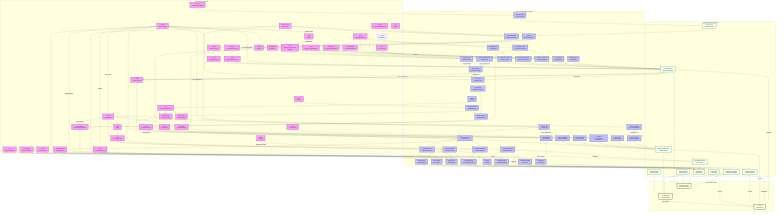
Above: docs/figures/scoliosis_mechanism_map.png in sayuj1989-ops/life (Mermaid), before the change. Its source is kept beside it as docs/figures/scoliosis_mechanism_map.mmd. The source it was exported from:
```mermaid
graph TD
    subgraph Genetics [Genetic & Molecular Layer]
        HOX[HOX Cluster<br/>HOXA10, HOXD11]
        COL[COL2A1<br/>Collagen Type II]
        PIEZO1[PIEZO1<br/>Scalar Stiffness]
        PIEZO2[PIEZO2<br/>Vector Alignment]
        CILIA[DNAH5/PKD1L1<br/>Cilia Motility]
        LBX1[LBX1<br/>Transcription Factor]
        ADGRG6[ADGRG6/GPR126<br/>Adhesion GPCR]
        PTK7[PTK7<br/>Planar Cell Polarity]
        YAP[YAP/TAZ<br/>Hippo Pathway]
        PKD2L1[PKD2L1<br/>CSF-Contacting Neurons]
        MMP[MMP1/MMP3<br/>Matrix Metalloproteinases]
        URP[Urp1/2<br/>Urotensin Peptide]
        UTS2R[UTS2R<br/>Urotensin Receptor]
        GFAP[GFAP<br/>Glial Activation]
        VIM[VIM<br/>Vimentin]
        LAMIN[LAMIN<br/>Lamin A/C]
        BMAL1[BMAL1/CLOCK<br/>Circadian Rhythm]
        RUNX3[RUNX3/EGR3<br/>Proprioceptive Identity]
        METTL3[METTL3<br/>m6A Methyltransferase]
        ESR1[ESR1<br/>Estrogen Receptor Alpha]
        AQP4[AQP4<br/>Aquaporin-4]
        MELATONIN[MELATONIN<br/>Pineal Hormone]
        MT2[MTNR1B<br/>Melatonin Receptor]
        HIF1A[HIF1A<br/>Hypoxia Inducible Factor]
        POC5[POC5<br/>Centriolar Splint]
        DSTYK[DSTYK<br/>Kinase]
        TFEB[TFEB<br/>Transcription Factor]
        Beta_Catenin[Beta-Catenin<br/>Wnt Effector]
        DPY19L1L[DPY19L1L<br/>C-mannosyltransferase]
        IGF1R[IGF1R<br/>Insulin-like Growth Factor Receptor]
        GHR[GHR<br/>Growth Hormone Receptor]
        SOST[SOST<br/>Sclerostin]
        FBN1[FBN1<br/>Fibrillin-1]
        CCN[CCN1/2<br/>Matrix Protein]
        PPARGC1A[PPARGC1A<br/>Mitochondrial Biogenesis]
        KCNQ[KCNQ<br/>Potassium Channel]
        GPX4[GPX4<br/>Antioxidant Defense]
        CAV1[CAV1<br/>Caveolin-1]
    end

    subgraph Processes [Cellular & Developmental Processes]
        Astrogliosis[Reactive Astrogliosis<br/>Neuroinflammation]
        Region[Regionalization<br/>Segment Identity]
        ECM_Assembly[ECM Assembly<br/>Fibrillogenesis]
        Nucl_Shuttle[Nuclear Shuttling<br/>Transcriptional Switch]
        Mech_Trans[Mechanotransduction<br/>Ca2+ Influx]
        Sym_Break[Symmetry Breaking<br/>Nodal Flow]
        CSF_Sensing[CSF Flow Sensing<br/>Reissner Fiber Signal]
        Neur_Diff[Somatosensory<br/>Differentiation]
        Muscle_Diff[Myogenic Differentiation<br/>Fiber Type Specification]
        Disc_Maint[Disc Maintenance<br/>Annulus Fibrosis Fusion]
        PCP_Sig[PCP Signaling<br/>Wnt Pathway]
        Degradation[ECM Degradation<br/>Collagen Breakdown]
        mtROS[mtROS<br/>Mitochondrial ROS]
        Adipogenesis[Adipogenesis<br/>Fatty Infiltration]
        Hydraulic_Congestion[IVD Swelling<br/>Hydraulic Congestion]
        Immune_Infilt[Immune Infiltration<br/>Macrophage Entry]
        Circadian_Entrain[Circadian Entrainment<br/>Loading Zeitgeber]
        Proprio_Maint[Proprioceptive Maint.<br/>Sensory Survival]
        H3K9me3[H3K9me3<br/>Heterochromatin Compaction]
        VCL_Stasis[VCL Stasis<br/>Lymphatic Reflux]
        Glymphatic_Stasis[Glymphatic Stasis<br/>Toxic Clearance Failure]
        Vestibular_Input[Vestibular Input<br/>Graviception]
        Gi_cAMP[Gi/cAMP Signaling<br/>Gain Suppression]
        Ciliary_Tuning[Ciliary Tuning<br/>Antenna Gain]
        Hypoxia[Hypoxia<br/>O2 Deficit]
        Osteogenesis[Osteogenesis<br/>Bone Formation]
        Ciliary_Splint[Ciliary Splint<br/>Antenna Stiffness]
        Vacuole_Biogenesis[Vacuole Biogenesis<br/>Hydrostatic Inflation]
        C_Mannosylation[C-Mannosylation<br/>Protein Folding]
        Rapid_Growth[Rapid Growth<br/>Adolescent Spurt]
        Energy_Deficit[Energy Deficit<br/>Metabolic Buckling]
        mtBiogenesis[Mitochondrial Biogenesis<br/>Energy Supply]
        Fibrosis[Fibrosis<br/>Scarring]
        TGFB[TGF-Beta Signaling<br/>Sequestration Failure]
        Osteocyte_Dendrite[Osteocyte Dendrites<br/>Network Formation]
        Actin_Dynamics[Actin Cytoskeleton<br/>Strain Rearrangement]
        VEGF_A[VEGF-A/PGE2<br/>Secretory Response]
        Ferroptosis[Ferroptosis<br/>Iron Overload]
        Membrane_Tension[Membrane Tension<br/>Buffering Reserve]
    end

    subgraph Tissue [Tissue Mechanics & Properties]
        Rest_Kappa[Rest Curvature κ0<br/>Target Geometry]
        Stiffness[Stiffness EI<br/>Material Quality]
        Torsional_Stiffness[Torsional Stiffness GJ<br/>Rotational Rigidity]
        Gain[Feedback Gain G_mech<br/>Adaptive Growth]
        Torsion[Chiral Torsion ε<br/>Initial Twist]
        Muscle_Tone[Proprioception &<br/>Muscle Tone Balance]
        Anisotropy[Tissue Anisotropy<br/>Directional Order]
        TMD[Tissue Mineral Density<br/>Bone Quality]
        Reissner_Fiber[Reissner Fiber<br/>Tension Reference]
        Growth_Plate_Dysplasia[Growth Plate Dysplasia<br/>Asymmetric Ossification]
    end

    subgraph Outcome [Macroscopic Outcome]
        S_Curve[S-Shaped Spine<br/>Counter-Curvature]
        Stability[Mechanical Stability<br/>Buckling Resistance]
        Scoliosis[Scoliosis<br/>System Failure]
    end

    HOX --> Region
    Region --> Rest_Kappa
    Rest_Kappa --> S_Curve

    COL --> ECM_Assembly
    ECM_Assembly --> Stiffness
    Stiffness --> Stability

    PIEZO1 --> Mech_Trans
    PIEZO2 --> Mech_Trans
    Mech_Trans --> Gain
    Gain --> S_Curve

    PIEZO1 --> ECM_Assembly
    PIEZO2 --> Muscle_Tone

    CILIA --> Sym_Break
    Sym_Break --> Torsion
    Torsion --> S_Curve

    LBX1 --> Neur_Diff
    LBX1 --> Muscle_Diff
    Neur_Diff --> Proprio_Maint
    Proprio_Maint --> Muscle_Tone
    Muscle_Diff --> Muscle_Tone
    Muscle_Tone --> Stability

    RUNX3 --> Proprio_Maint

    ADGRG6 --> Disc_Maint
    Disc_Maint --> Stiffness

    PTK7 --> PCP_Sig
    PCP_Sig --> Anisotropy
    Anisotropy --> Stability

    YAP --> Nucl_Shuttle
    Nucl_Shuttle --> ECM_Assembly
    Mech_Trans --> Nucl_Shuttle

    YAP --> CCN
    CCN --> Osteocyte_Dendrite
    Osteocyte_Dendrite --> Gain

    CILIA --> CSF_Sensing
    PKD2L1 --> CSF_Sensing
    CSF_Sensing --> URP
    URP --> UTS2R
    UTS2R --> Muscle_Tone

    MMP --> Degradation
    Degradation --> Stiffness

    CILIA --> Astrogliosis
    GFAP --> Astrogliosis
    Astrogliosis --> Muscle_Tone

    VIM --> mtROS
    mtROS --> LAMIN
    LAMIN --> Adipogenesis
    Adipogenesis --> Muscle_Tone

    Hydraulic_Congestion --> Immune_Infilt
    Immune_Infilt --> MMP
    Degradation --> Torsional_Stiffness
    Torsional_Stiffness --> Stability

    AQP4 --> Glymphatic_Stasis
    Glymphatic_Stasis --> Astrogliosis

    Glymphatic_Stasis --> MMP

    MELATONIN --> MT2
    MT2 --> Gi_cAMP
    Gi_cAMP --> Gain

    Vestibular_Input --> Muscle_Tone

    Stability --> S_Curve
    S_Curve -- "Loss of Control" --> Scoliosis
    Stiffness -- "Too Low" --> Scoliosis
    Torsional_Stiffness -- "Too Low" --> Scoliosis
    Gain -- "Too Low" --> Scoliosis
    Torsion -- "Randomized" --> Scoliosis
    Muscle_Tone -- "Asymmetry" --> Scoliosis

    classDef gene fill:#f9f,stroke:#333,stroke-width:2px;
    classDef process fill:#bbf,stroke:#333,stroke-width:2px;
    classDef tissue fill:#efe,stroke:#333,stroke-width:2px;
    classDef outcome fill:#ffd,stroke:#333,stroke-width:4px;

    BMAL1 --> Circadian_Entrain
    Mech_Trans --> Circadian_Entrain
    Circadian_Entrain --> Disc_Maint

    BMAL1 --> Ciliary_Tuning
    Ciliary_Tuning --> Mech_Trans

    mtROS --> METTL3
    METTL3 --> ESR1
    ESR1 --> Muscle_Tone

    LAMIN --> H3K9me3
    H3K9me3 --> Gain

    Muscle_Tone -- "Pump Failure" --> VCL_Stasis
    VCL_Stasis --> Hydraulic_Congestion

    Hydraulic_Congestion --> Hypoxia
    Hypoxia --> HIF1A
    HIF1A --> BMAL1

    Mech_Trans --> HOX
    HOX --> ECM_Assembly

    Osteogenesis --> TMD
    TMD --> Stiffness

    PIEZO1 --> Beta_Catenin
    Beta_Catenin --> Osteogenesis
    Beta_Catenin -- "Inhibition" --> Adipogenesis

    POC5 --> Ciliary_Splint
    Ciliary_Splint --> Gain

    DSTYK --> TFEB
    TFEB --> Vacuole_Biogenesis
    Vacuole_Biogenesis --> Stiffness
    Vacuole_Biogenesis --> Region

    PIEZO1 -- "Stress Disassembly" --> Ciliary_Tuning
    Ciliary_Tuning -- "Loss = Derepression" --> Osteogenesis

    DPY19L1L --> C_Mannosylation
    C_Mannosylation --> Reissner_Fiber
    Reissner_Fiber --> CSF_Sensing

    IGF1R --> Rapid_Growth
    GHR --> Rapid_Growth
    Rapid_Growth -- "Scaling Mismatch" --> Energy_Deficit
    Energy_Deficit -- "Crowding Out" --> PIEZO2
    PPARGC1A --> mtBiogenesis
    mtBiogenesis -- "Depletion (Bottleneck)" --> Energy_Deficit

    PIEZO1 --> VCL_Stasis

    PIEZO1 -- "Inhibition (Brake)" --> Fibrosis
    Fibrosis --> Stiffness

    PIEZO1 -- "Inhibition (Brake)" --> SOST
    SOST -- "Inhibition (Wnt)" --> Beta_Catenin

    PIEZO1 -- "Ca2+/F-actin" --> YAP
    YAP -- "Over-activation" --> MMP

    FBN1 -- "Sequestration Failure" --> TGFB
    TGFB -- "Osteopenia" --> TMD
    TGFB -- "Fibrosis" --> Fibrosis
    TGFB -- "Stiffening" --> Stiffness

    CILIA --> Actin_Dynamics
    Actin_Dynamics -- "Impaired in AIS" --> VEGF_A
    VEGF_A --> Gain

    KCNQ -- "Hyperpolarization" --> Mech_Trans

    PIEZO1 -- "Inhibition" --> GPX4
    GPX4 -- "Loss of Defense" --> Ferroptosis
    Ferroptosis --> Growth_Plate_Dysplasia
    Growth_Plate_Dysplasia --> Stability

    Muscle_Tone -- "Micro-Tremor Dither" --> PIEZO1
    Muscle_Tone -- "Micro-Tremor Dither" --> PIEZO2


    CAV1 --> Membrane_Tension
    Membrane_Tension --> YAP

    class HOX,COL,PIEZO1,PIEZO2,CILIA,LBX1,ADGRG6,PTK7,YAP,PKD2L1,MMP,URP,UTS2R,GFAP,VIM,LAMIN,BMAL1,RUNX3,METTL3,ESR1,MELATONIN,MT2,HIF1A,POC5,DSTYK,TFEB,Beta_Catenin,DPY19L1L,IGF1R,GHR,SOST,FBN1,CCN,PPARGC1A,KCNQ,GPX4,CAV1 gene;
    class Region,ECM_Assembly,Mech_Trans,Sym_Break,Neur_Diff,Muscle_Diff,Disc_Maint,PCP_Sig,Nucl_Shuttle,CSF_Sensing,Degradation,Astrogliosis,mtROS,Adipogenesis,Hydraulic_Congestion,Immune_Infilt,Circadian_Entrain,Proprio_Maint,H3K9me3,VCL_Stasis,Glymphatic_Stasis,Vestibular_Input,Gi_cAMP,Ciliary_Tuning,Hypoxia,Osteogenesis,Ciliary_Splint,Vacuole_Biogenesis,C_Mannosylation,Rapid_Growth,Energy_Deficit,mtBiogenesis,Fibrosis,TGFB,Osteocyte_Dendrite,Actin_Dynamics,VEGF_A,Ferroptosis,Membrane_Tension process;
    class Rest_Kappa,Stiffness,Torsional_Stiffness,Gain,Torsion,Muscle_Tone,Anisotropy,TMD,Reissner_Fiber,Growth_Plate_Dysplasia tissue;
    class S_Curve,Stability,Scoliosis outcome;
```
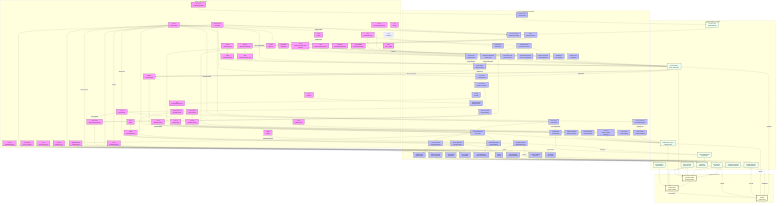
Later version of the same file.

Commit message:
weekly-map: add PTCH1/Hedgehog arc

What changed in the source:
```diff
@@ -37,6 +37,7 @@
         PPARGC1A[PPARGC1A<br/>Mitochondrial Biogenesis]
         KCNQ[KCNQ<br/>Potassium Channel]
         GPX4[GPX4<br/>Antioxidant Defense]
+        PTCH1[PTCH1<br/>Hedgehog Receptor]
         CAV1[CAV1<br/>Caveolin-1]
     end
 
@@ -80,6 +81,7 @@
         VEGF_A[VEGF-A/PGE2<br/>Secretory Response]
         Ferroptosis[Ferroptosis<br/>Iron Overload]
         Membrane_Tension[Membrane Tension<br/>Buffering Reserve]
+        Hedgehog_Signaling[Hedgehog Signaling<br/>Ciliary Transduction]
     end
 
     subgraph Tissue [Tissue Mechanics & Properties]
@@ -276,10 +278,16 @@
     Muscle_Tone -- "Micro-Tremor Dither" --> PIEZO2
 
 
+
     CAV1 --> Membrane_Tension
     Membrane_Tension --> YAP
 
-    class HOX,COL,PIEZO1,PIEZO2,CILIA,LBX1,ADGRG6,PTK7,YAP,PKD2L1,MMP,URP,UTS2R,GFAP,VIM,LAMIN,BMAL1,RUNX3,METTL3,ESR1,MELATONIN,MT2,HIF1A,POC5,DSTYK,TFEB,Beta_Catenin,DPY19L1L,IGF1R,GHR,SOST,FBN1,CCN,PPARGC1A,KCNQ,GPX4,CAV1 gene;
-    class Region,ECM_Assembly,Mech_Trans,Sym_Break,Neur_Diff,Muscle_Diff,Disc_Maint,PCP_Sig,Nucl_Shuttle,CSF_Sensing,Degradation,Astrogliosis,mtROS,Adipogenesis,Hydraulic_Congestion,Immune_Infilt,Circadian_Entrain,Proprio_Maint,H3K9me3,VCL_Stasis,Glymphatic_Stasis,Vestibular_Input,Gi_cAMP,Ciliary_Tuning,Hypoxia,Osteogenesis,Ciliary_Splint,Vacuole_Biogenesis,C_Mannosylation,Rapid_Growth,Energy_Deficit,mtBiogenesis,Fibrosis,TGFB,Osteocyte_Dendrite,Actin_Dynamics,VEGF_A,Ferroptosis,Membrane_Tension process;
+    PTCH1 --> Hedgehog_Signaling
+    CILIA --> Hedgehog_Signaling
+    Hedgehog_Signaling --> Rest_Kappa
+
+
+    class PTCH1,HOX,COL,PIEZO1,PIEZO2,CILIA,LBX1,ADGRG6,PTK7,YAP,PKD2L1,MMP,URP,UTS2R,GFAP,VIM,LAMIN,BMAL1,RUNX3,METTL3,ESR1,MELATONIN,MT2,HIF1A,POC5,DSTYK,TFEB,Beta_Catenin,DPY19L1L,IGF1R,GHR,SOST,FBN1,CCN,PPARGC1A,KCNQ,GPX4,CAV1 gene;
+    class Region,ECM_Assembly,Mech_Trans,Sym_Break,Neur_Diff,Muscle_Diff,Disc_Maint,PCP_Sig,Nucl_Shuttle,CSF_Sensing,Degradation,Astrogliosis,mtROS,Adipogenesis,Hydraulic_Congestion,Immune_Infilt,Circadian_Entrain,Proprio_Maint,H3K9me3,VCL_Stasis,Glymphatic_Stasis,Vestibular_Input,Gi_cAMP,Ciliary_Tuning,Hypoxia,Osteogenesis,Ciliary_Splint,Vacuole_Biogenesis,C_Mannosylation,Rapid_Growth,Energy_Deficit,mtBiogenesis,Fibrosis,TGFB,Osteocyte_Dendrite,Actin_Dynamics,VEGF_A,Ferroptosis,Membrane_Tension,Hedgehog_Signaling process;
     class Rest_Kappa,Stiffness,Torsional_Stiffness,Gain,Torsion,Muscle_Tone,Anisotropy,TMD,Reissner_Fiber,Growth_Plate_Dysplasia tissue;
     class S_Curve,Stability,Scoliosis outcome;
```
